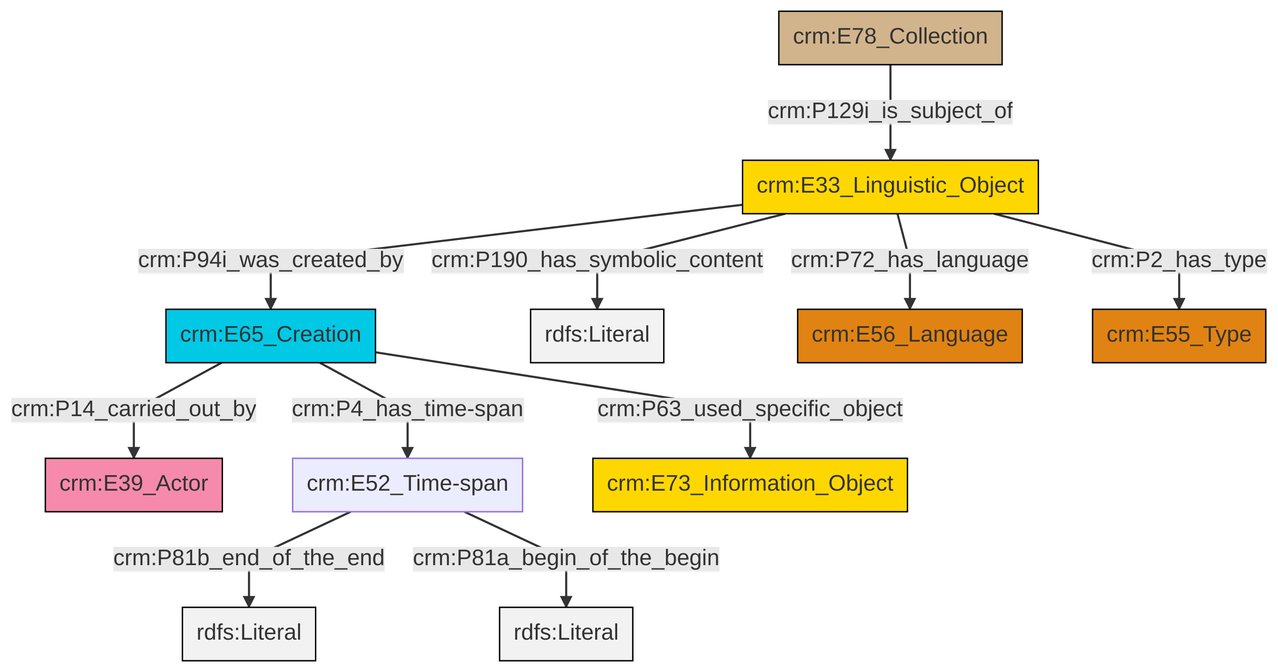
swiss-art-research-net/docs.swissartresearch keeps this Mermaid diagram as et/archivalCSV/ttl/mmd/png/archival_desc.png. Above is the earlier version. Its source is kept beside it as et/archivalCSV/ttl/mmd/archival_desc.ttl.mmd.
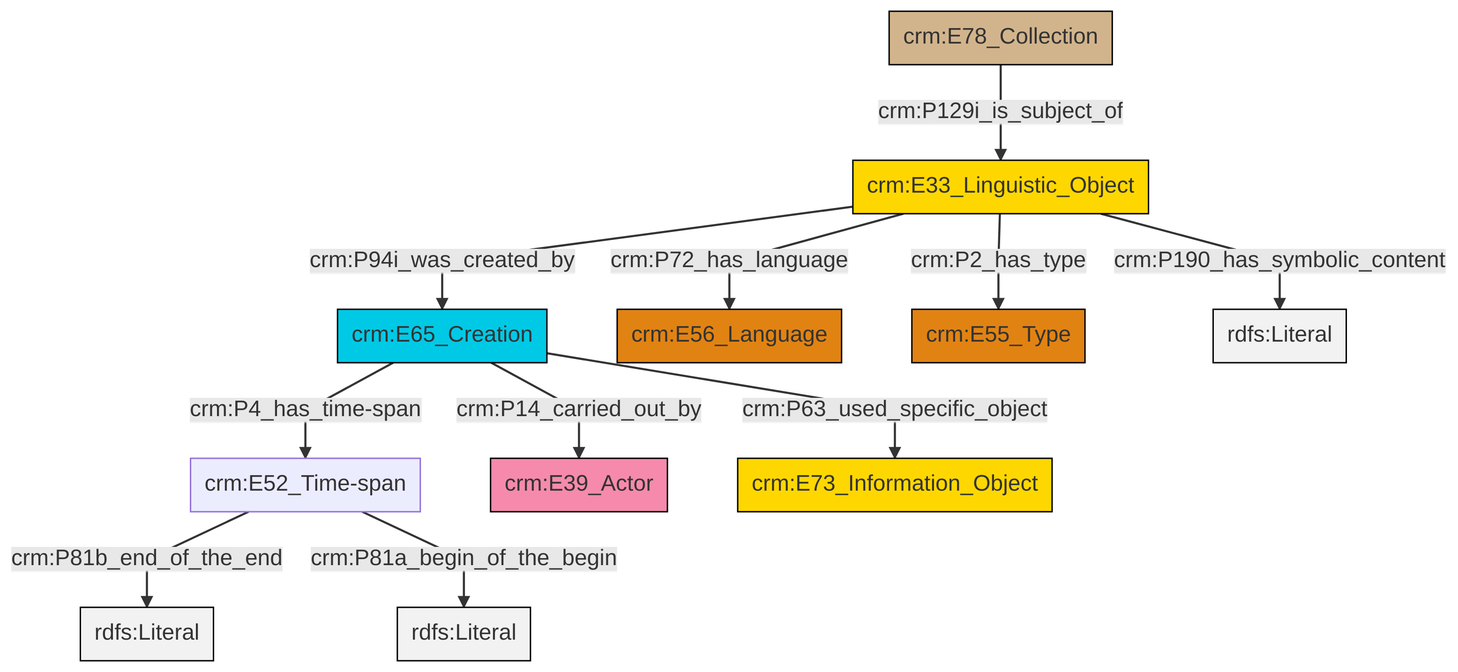
After the commit.

The edit, as a diff of the source:
```diff
@@ -13,13 +13,13 @@
 classDef PC_Classes fill:#4ce600, stroke:#000000;
 classDef Multi fill:#cccccc,stroke:#000000;
 
-2["crm:E33_Linguistic_Object"]:::Conceptual_Object -->|crm:P94i_was_created_by| 3["crm:E65_Creation"]:::Temporal_Entity
-2["crm:E33_Linguistic_Object"]:::Conceptual_Object -->|crm:P190_has_symbolic_content| 6[rdfs:Literal]:::Literal
-3["crm:E65_Creation"]:::Temporal_Entity -->|crm:P4_has_time-span| 7["crm:E52_Time-span"]:::Default
-3["crm:E65_Creation"]:::Temporal_Entity -->|crm:P14_carried_out_by| 0["crm:E39_Actor"]:::Actor
-7["crm:E52_Time-span"]:::Default -->|crm:P81b_end_of_the_end| 11[rdfs:Literal]:::Literal
-2["crm:E33_Linguistic_Object"]:::Conceptual_Object -->|crm:P72_has_language| 9["crm:E56_Language"]:::Type
-3["crm:E65_Creation"]:::Temporal_Entity -->|crm:P63_used_specific_object| 13["crm:E73_Information_Object"]:::Conceptual_Object
-2["crm:E33_Linguistic_Object"]:::Conceptual_Object -->|crm:P2_has_type| 15["crm:E55_Type"]:::Type
-4["crm:E78_Collection"]:::Physical_Thing -->|crm:P129i_is_subject_of| 2["crm:E33_Linguistic_Object"]:::Conceptual_Object
-7["crm:E52_Time-span"]:::Default -->|crm:P81a_begin_of_the_begin| 18[rdfs:Literal]:::Literal
+2["crm:E33_Linguistic_Object"]:::Conceptual_Object -->|crm:P72_has_language| 3["crm:E56_Language"]:::Type
+4["crm:E52_Time-span"]:::Default -->|crm:P81b_end_of_the_end| 5[rdfs:Literal]:::Literal
+0["crm:E65_Creation"]:::Temporal_Entity -->|crm:P14_carried_out_by| 6["crm:E39_Actor"]:::Actor
+0["crm:E65_Creation"]:::Temporal_Entity -->|crm:P63_used_specific_object| 8["crm:E73_Information_Object"]:::Conceptual_Object
+9["crm:E78_Collection"]:::Physical_Thing -->|crm:P129i_is_subject_of| 2["crm:E33_Linguistic_Object"]:::Conceptual_Object
+2["crm:E33_Linguistic_Object"]:::Conceptual_Object -->|crm:P94i_was_created_by| 0["crm:E65_Creation"]:::Temporal_Entity
+2["crm:E33_Linguistic_Object"]:::Conceptual_Object -->|crm:P2_has_type| 10["crm:E55_Type"]:::Type
+0["crm:E65_Creation"]:::Temporal_Entity -->|crm:P4_has_time-span| 4["crm:E52_Time-span"]:::Default
+4["crm:E52_Time-span"]:::Default -->|crm:P81a_begin_of_the_begin| 15[rdfs:Literal]:::Literal
+2["crm:E33_Linguistic_Object"]:::Conceptual_Object -->|crm:P190_has_symbolic_content| 16[rdfs:Literal]:::Literal
```
